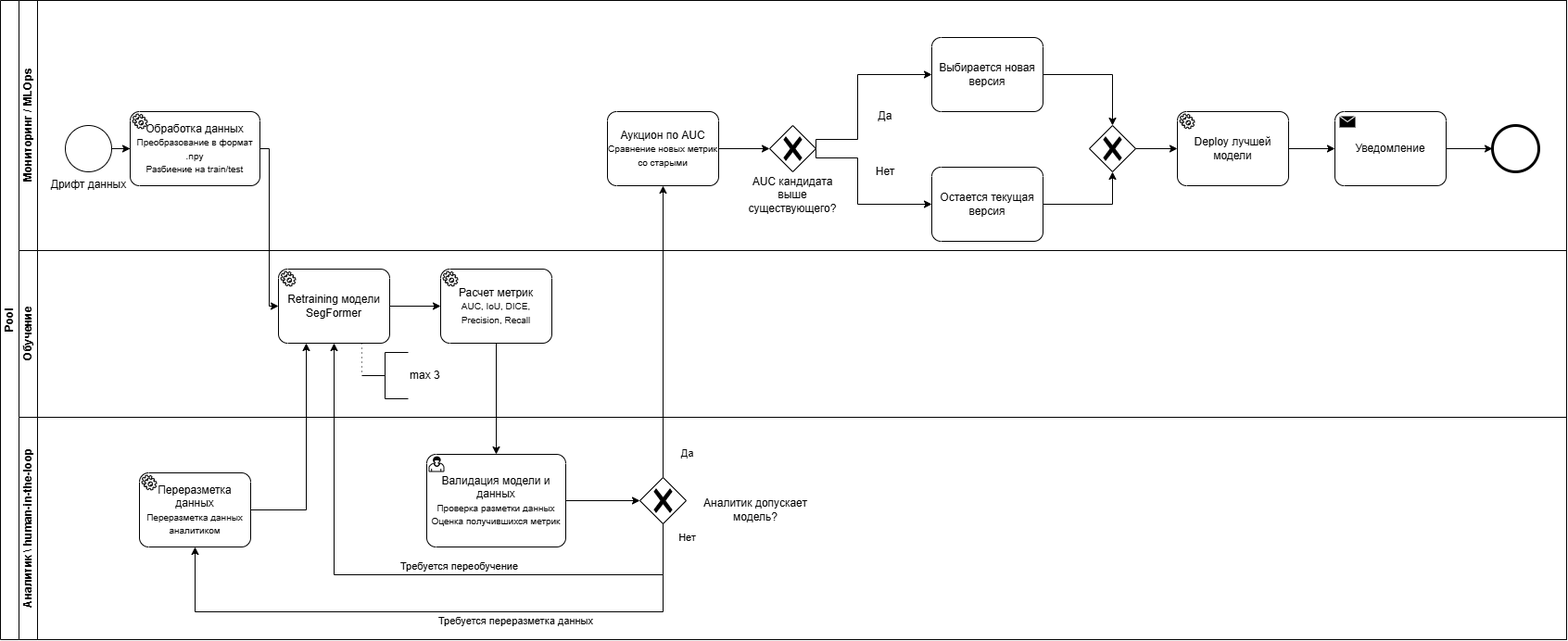
Above: автоматизация МО.drawio.png in tvsmsa/segmentation-biomarkers-ml (draw.io), before the change. Source tidied: cells renumbered, new cells last; positions are measured from the earlier drawing's top-left corner, leaving out a move shared by most shapes.
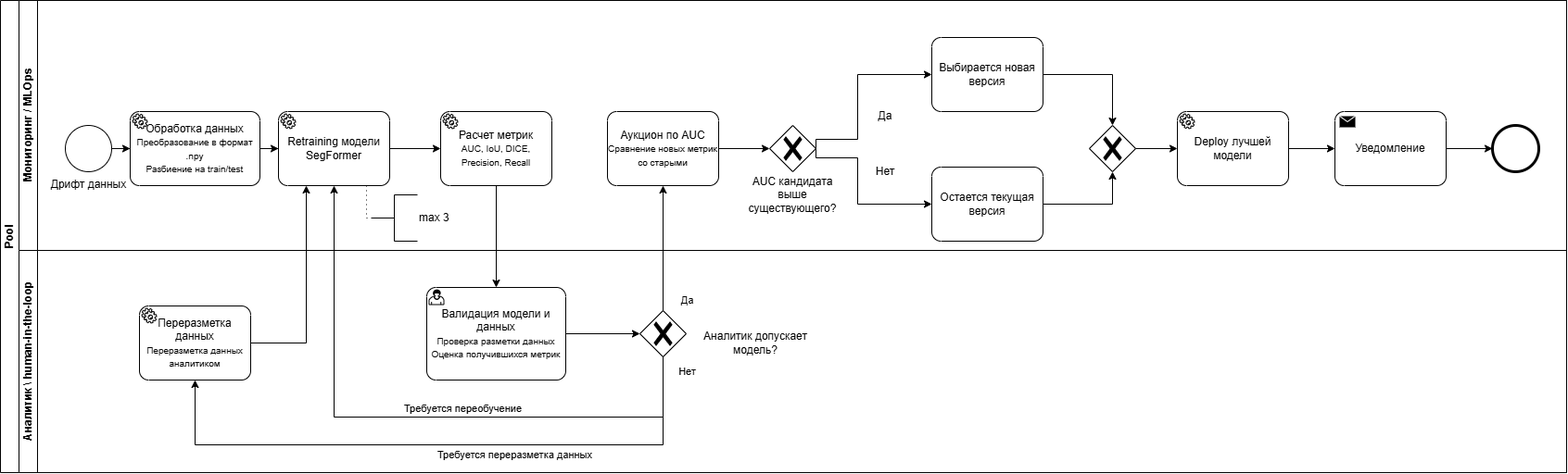
After the commit.

What changed in the source:
```diff
@@ -3,7 +3,7 @@
     <mxCell id="0" />
     <mxCell id="1" parent="0" />
     <mxCell id="2" value="Pool" style="swimlane;html=1;horizontal=0;startSize=20;whiteSpace=wrap;" parent="1" vertex="1">
-      <mxGeometry width="1690" height="690" as="geometry" />
+      <mxGeometry width="1690" height="510" as="geometry" />
     </mxCell>
     <mxCell id="3" value="Мониторинг / MLOps" style="swimlane;html=1;startSize=20;horizontal=0;" parent="2" vertex="1">
       <mxGeometry x="20" width="1670" height="270" as="geometry" />
@@ -86,26 +86,26 @@
     <mxCell id="25" style="edgeStyle=orthogonalEdgeStyle;rounded=0;jettySize=auto;html=1;entryX=0;entryY=0.5;entryDx=0;entryDy=0;entryPerimeter=0;" parent="3" edge="1" source="20" target="5">
       <mxGeometry relative="1" as="geometry" />
     </mxCell>
-    <mxCell id="26" value="Обучение" style="swimlane;html=1;startSize=20;horizontal=0;" parent="2" vertex="1">
-      <mxGeometry x="20" y="270" width="1670" height="180" as="geometry" />
-    </mxCell>
-    <mxCell id="27" value="Retraining модели SegFormer" style="points=[[0.25,0,0],[0.5,0,0],[0.75,0,0],[1,0.25,0],[1,0.5,0],[1,0.75,0],[0.75,1,0],[0.5,1,0],[0.25,1,0],[0,0.75,0],[0,0.5,0],[0,0.25,0]];shape=mxgraph.bpmn.task2;whiteSpace=wrap;rectStyle=rounded;size=10;html=1;taskMarker=service;" parent="26" vertex="1">
-      <mxGeometry x="280" y="20" width="120" height="80" as="geometry" />
+    <mxCell id="27" value="Retraining модели SegFormer" style="points=[[0.25,0,0],[0.5,0,0],[0.75,0,0],[1,0.25,0],[1,0.5,0],[1,0.75,0],[0.75,1,0],[0.5,1,0],[0.25,1,0],[0,0.75,0],[0,0.5,0],[0,0.25,0]];shape=mxgraph.bpmn.task2;whiteSpace=wrap;rectStyle=rounded;size=10;html=1;taskMarker=service;" parent="3" vertex="1">
+      <mxGeometry x="280" y="120" width="120" height="80" as="geometry" />
     </mxCell>
+    <mxCell id="44" style="edgeStyle=orthogonalEdgeStyle;rounded=0;jettySize=auto;html=1;entryX=0;entryY=0.5;entryDx=0;entryDy=0;entryPerimeter=0;" parent="3" edge="1" source="6" target="27">
+      <mxGeometry relative="1" as="geometry" />
+    </mxCell>
+    <mxCell id="31" value="Расчет метрик&lt;br&gt;&lt;font size=&quot;1&quot;&gt;AUC, IoU, DICE, Precision, Recall&lt;/font&gt;" style="points=[[0.25,0,0],[0.5,0,0],[0.75,0,0],[1,0.25,0],[1,0.5,0],[1,0.75,0],[0.75,1,0],[0.5,1,0],[0.25,1,0],[0,0.75,0],[0,0.5,0],[0,0.25,0]];shape=mxgraph.bpmn.task2;whiteSpace=wrap;rectStyle=rounded;size=10;html=1;taskMarker=service;" parent="3" vertex="1">
+      <mxGeometry x="455" y="120" width="120" height="80" as="geometry" />
+    </mxCell>
+    <mxCell id="30" style="edgeStyle=orthogonalEdgeStyle;rounded=0;jettySize=auto;html=1;entryX=0;entryY=0.5;entryDx=0;entryDy=0;entryPerimeter=0;" parent="3" edge="1" source="27" target="31">
+      <mxGeometry relative="1" as="geometry" />
+    </mxCell>
+    <mxCell id="29" value="max 3" style="html=1;shape=mxgraph.flowchart.annotation_2;align=left;labelPosition=right;" parent="3" vertex="1">
+      <mxGeometry x="380" y="210" width="50" height="50" as="geometry" />
+    </mxCell>
-    <mxCell id="28" style="edgeStyle=elbowEdgeStyle;fontSize=12;html=1;endFill=0;startFill=0;endSize=6;startSize=6;dashed=1;dashPattern=1 4;endArrow=none;startArrow=none;rounded=0;exitX=0.75;exitY=1;exitDx=0;exitDy=0;exitPerimeter=0;entryX=0;entryY=0.5;entryDx=0;entryDy=0;entryPerimeter=0;" parent="26" edge="1" source="27" target="29">
+    <mxCell id="28" style="edgeStyle=elbowEdgeStyle;fontSize=12;html=1;endFill=0;startFill=0;endSize=6;startSize=6;dashed=1;dashPattern=1 4;endArrow=none;startArrow=none;rounded=0;exitX=0.75;exitY=1;exitDx=0;exitDy=0;exitPerimeter=0;entryX=0;entryY=0.5;entryDx=0;entryDy=0;entryPerimeter=0;" parent="3" edge="1" source="27" target="29">
       <mxGeometry x="-0.6" relative="1" as="geometry" />
     </mxCell>
-    <mxCell id="29" value="max 3" style="html=1;shape=mxgraph.flowchart.annotation_2;align=left;labelPosition=right;" parent="26" vertex="1">
-      <mxGeometry x="370" y="110" width="50" height="50" as="geometry" />
-    </mxCell>
-    <mxCell id="30" style="edgeStyle=orthogonalEdgeStyle;rounded=0;jettySize=auto;html=1;entryX=0;entryY=0.5;entryDx=0;entryDy=0;entryPerimeter=0;" parent="26" edge="1" source="27" target="31">
-      <mxGeometry relative="1" as="geometry" />
-    </mxCell>
-    <mxCell id="31" value="Расчет метрик&lt;br&gt;&lt;font size=&quot;1&quot;&gt;AUC, IoU, DICE, Precision, Recall&lt;/font&gt;" style="points=[[0.25,0,0],[0.5,0,0],[0.75,0,0],[1,0.25,0],[1,0.5,0],[1,0.75,0],[0.75,1,0],[0.5,1,0],[0.25,1,0],[0,0.75,0],[0,0.5,0],[0,0.25,0]];shape=mxgraph.bpmn.task2;whiteSpace=wrap;rectStyle=rounded;size=10;html=1;taskMarker=service;" parent="26" vertex="1">
-      <mxGeometry x="455" y="20" width="120" height="80" as="geometry" />
-    </mxCell>
     <mxCell id="32" value="Аналитик \ human-in-the-loop" style="swimlane;html=1;startSize=20;horizontal=0;" parent="2" vertex="1">
-      <mxGeometry x="20" y="450" width="1670" height="240" as="geometry" />
+      <mxGeometry x="20" y="270" width="1670" height="240" as="geometry" />
     </mxCell>
     <mxCell id="33" value="Валидация модели и данных&lt;br&gt;&lt;font style=&quot;font-size: 10px;&quot;&gt;Проверка разметки данных&lt;br&gt;Оценка получившихся метрик&lt;/font&gt;" style="points=[[0.25,0,0],[0.5,0,0],[0.75,0,0],[1,0.25,0],[1,0.5,0],[1,0.75,0],[0.75,1,0],[0.5,1,0],[0.25,1,0],[0,0.75,0],[0,0.5,0],[0,0.25,0]];shape=mxgraph.bpmn.task2;whiteSpace=wrap;rectStyle=rounded;size=10;html=1;taskMarker=user;" parent="32" vertex="1">
       <mxGeometry x="440" y="40" width="150" height="100" as="geometry" />
@@ -152,22 +152,14 @@
     <mxCell id="43" style="edgeStyle=orthogonalEdgeStyle;rounded=0;jettySize=auto;html=1;entryX=0.5;entryY=0;entryDx=0;entryDy=0;entryPerimeter=0;" parent="2" edge="1" source="31" target="33">
       <mxGeometry relative="1" as="geometry" />
     </mxCell>
-    <mxCell id="44" style="edgeStyle=orthogonalEdgeStyle;rounded=0;jettySize=auto;html=1;entryX=0;entryY=0.5;entryDx=0;entryDy=0;entryPerimeter=0;" parent="2" edge="1" source="6" target="27">
-      <mxGeometry relative="1" as="geometry">
-        <Array as="points">
-          <mxPoint x="290" y="160" />
-          <mxPoint x="290" y="330" />
-        </Array>
-      </mxGeometry>
-    </mxCell>
     <mxCell id="45" style="edgeStyle=orthogonalEdgeStyle;rounded=0;jettySize=auto;html=1;entryX=0.25;entryY=1;entryDx=0;entryDy=0;entryPerimeter=0;" parent="2" edge="1" source="40" target="27">
       <mxGeometry relative="1" as="geometry" />
     </mxCell>
     <mxCell id="46" style="edgeStyle=orthogonalEdgeStyle;rounded=0;jettySize=auto;html=1;entryX=0.5;entryY=1;entryDx=0;entryDy=0;entryPerimeter=0;exitX=0.5;exitY=1;exitDx=0;exitDy=0;exitPerimeter=0;jumpStyle=arc;" parent="2" edge="1" source="34" target="27">
       <mxGeometry x="-0.09" relative="1" as="geometry">
         <Array as="points">
-          <mxPoint x="715" y="620" />
-          <mxPoint x="360" y="620" />
+          <mxPoint x="715" y="450" />
+          <mxPoint x="360" y="450" />
         </Array>
       </mxGeometry>
     </mxCell>
```
